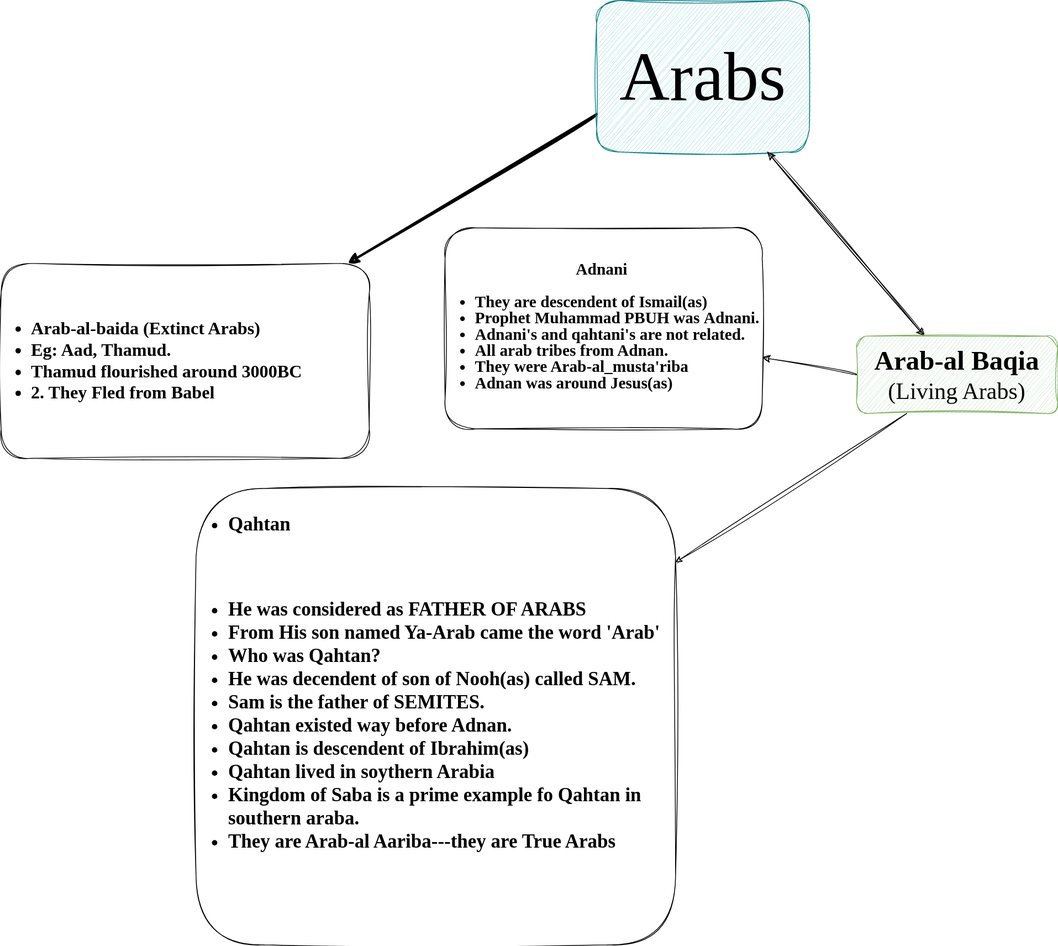
Hamisoptimistic/Hamisoptimistic keeps this draw.io diagram as Untitled Diagram.drawio.svg. Above is the earlier version. Source tidied: cells renumbered, new cells last; positions are measured from the earlier drawing's top-left corner, leaving out a move shared by most shapes.
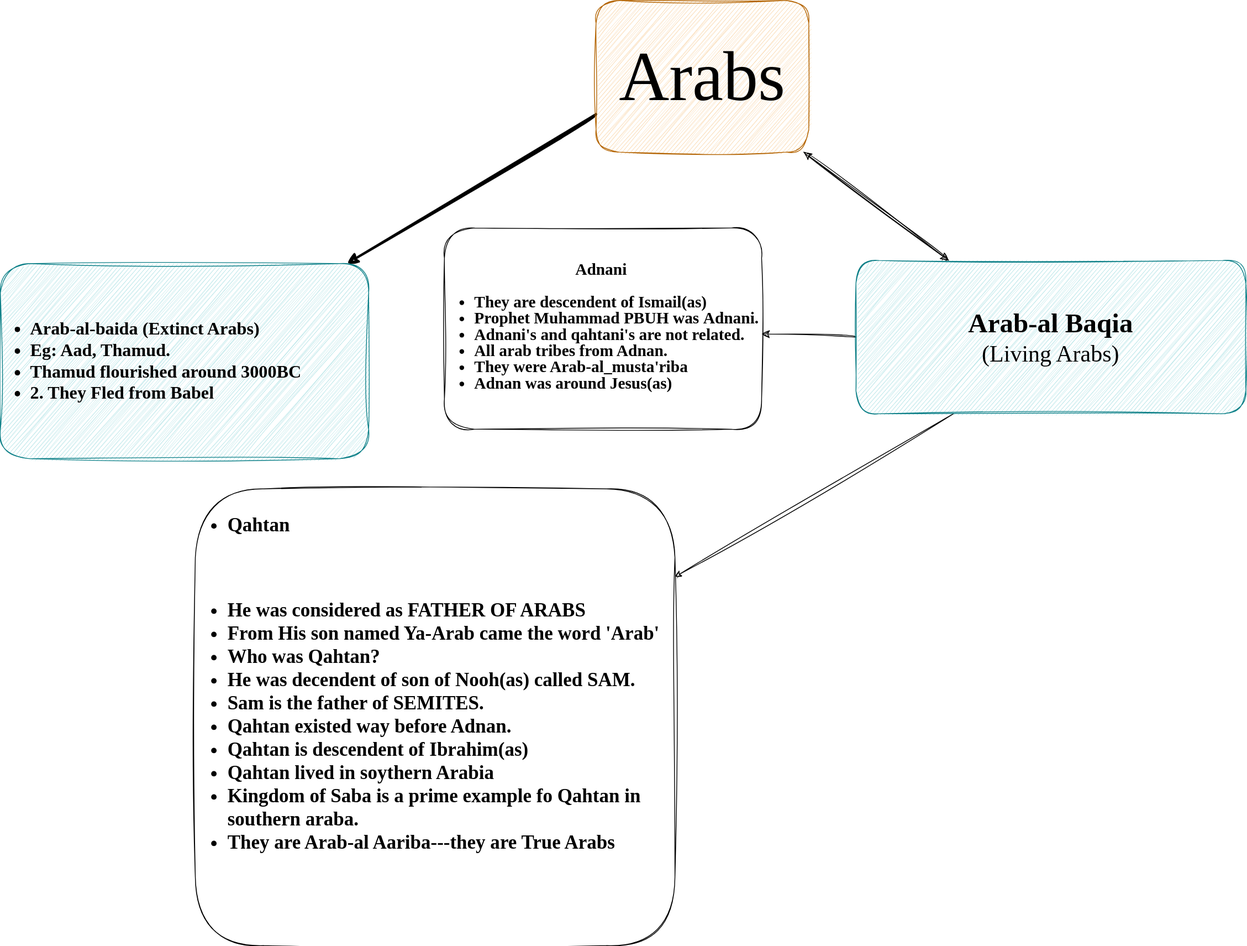
The same diagram one commit later.

What changed in the source:
```diff
@@ -8,7 +8,7 @@
     <mxCell id="3" style="edgeStyle=none;shape=connector;curved=1;rounded=0;sketch=1;jiggle=2;curveFitting=1;jettySize=auto;html=1;exitX=0;exitY=0.75;exitDx=0;exitDy=0;labelBackgroundColor=default;strokeColor=default;strokeWidth=3;align=center;verticalAlign=middle;fontFamily=Helvetica;fontSize=12;fontColor=default;endArrow=classic;startSize=8;endSize=8;" parent="1" edge="1" source="4" target="10">
       <mxGeometry relative="1" as="geometry" />
     </mxCell>
-    <mxCell id="4" value="&lt;font style=&quot;font-size: 90px;&quot; face=&quot;Architects Daughter&quot;&gt;Arabs&lt;/font&gt;" style="rounded=1;whiteSpace=wrap;fontSize=21;fontFamily=Verdana;labelBorderColor=none;html=1;labelBackgroundColor=none;spacing=-1;sketch=1;curveFitting=1;jiggle=2;fillColor=#b0e3e6;strokeColor=#0e8088;" parent="1" vertex="1">
+    <mxCell id="4" value="&lt;font style=&quot;font-size: 90px;&quot; face=&quot;Architects Daughter&quot;&gt;Arabs&lt;/font&gt;" style="rounded=1;whiteSpace=wrap;fontSize=21;fontFamily=Verdana;labelBorderColor=none;html=1;labelBackgroundColor=none;spacing=-1;sketch=1;curveFitting=1;jiggle=2;fillColor=#fad7ac;strokeColor=#b46504;" parent="1" vertex="1">
       <mxGeometry x="770" width="275" height="196" as="geometry" />
     </mxCell>
     <mxCell id="5" style="edgeStyle=none;curved=1;rounded=1;hachureGap=4;jettySize=auto;html=1;fontFamily=Architects Daughter;fontSource=https%3A%2F%2Ffonts.googleapis.com%2Fcss%3Ffamily%3DArchitects%2BDaughter;fontSize=21;startSize=8;endSize=8;spacing=-1;labelBackgroundColor=none;fontColor=default;verticalAlign=bottom;sketch=1;curveFitting=1;jiggle=2;" parent="1" edge="1" source="8" target="4">
@@ -20,13 +20,13 @@
     <mxCell id="7" style="edgeStyle=none;rounded=1;hachureGap=4;jettySize=auto;html=1;exitX=0.25;exitY=1;exitDx=0;exitDy=0;fontFamily=Architects Daughter;fontSource=https%3A%2F%2Ffonts.googleapis.com%2Fcss%3Ffamily%3DArchitects%2BDaughter;fontSize=16;sketch=1;curveFitting=1;jiggle=2;" parent="1" edge="1" source="8" target="11">
       <mxGeometry relative="1" as="geometry" />
     </mxCell>
-    <mxCell id="8" value="&lt;b style=&quot;font-size: 35px;&quot;&gt;Arab-al Baqia&lt;br style=&quot;&quot;&gt;&lt;/b&gt;(Living Arabs)" style="rounded=1;whiteSpace=wrap;html=1;hachureGap=4;fontFamily=Architects Daughter;fontSource=https%3A%2F%2Ffonts.googleapis.com%2Fcss%3Ffamily%3DArchitects%2BDaughter;fontSize=30;spacing=-1;labelBackgroundColor=none;sketch=1;curveFitting=1;jiggle=2;fillColor=#d5e8d4;strokeColor=#82b366;" parent="1" vertex="1">
-      <mxGeometry x="1106" y="434" width="260" height="100" as="geometry" />
+    <mxCell id="8" value="&lt;b style=&quot;font-size: 35px;&quot;&gt;Arab-al Baqia&lt;br style=&quot;&quot;&gt;&lt;/b&gt;(Living Arabs)" style="rounded=1;whiteSpace=wrap;html=1;hachureGap=4;fontFamily=Architects Daughter;fontSource=https%3A%2F%2Ffonts.googleapis.com%2Fcss%3Ffamily%3DArchitects%2BDaughter;fontSize=30;spacing=-1;labelBackgroundColor=none;sketch=1;curveFitting=1;jiggle=2;fillColor=#b0e3e6;strokeColor=#0e8088;" parent="1" vertex="1">
+      <mxGeometry x="1106" y="336" width="504" height="198" as="geometry" />
     </mxCell>
     <mxCell id="9" value="&lt;h1 style=&quot;text-align: center; line-height: 100%; font-size: 21px;&quot;&gt;&lt;font face=&quot;Architects Daughter&quot; style=&quot;font-size: 21px;&quot;&gt;&lt;b style=&quot;&quot;&gt;Adnani&lt;/b&gt;&lt;/font&gt;&lt;/h1&gt;&lt;font face=&quot;Architects Daughter&quot; style=&quot;font-size: 21px;&quot;&gt;&lt;div style=&quot;line-height: 100%;&quot;&gt;&lt;ul style=&quot;line-height: 100%;&quot;&gt;&lt;li style=&quot;&quot;&gt;&lt;b style=&quot;font-family: &amp;quot;Architects Daughter&amp;quot;; background-color: initial;&quot;&gt;They are descendent of Ismail(as)&lt;/b&gt;&lt;/li&gt;&lt;li style=&quot;&quot;&gt;&lt;b style=&quot;&quot;&gt;Prophet Muhammad PBUH was&amp;nbsp;&lt;/b&gt;&lt;b style=&quot;background-color: initial;&quot;&gt;Adnani.&lt;/b&gt;&lt;/li&gt;&lt;li style=&quot;&quot;&gt;&lt;b style=&quot;&quot;&gt;Adnani's and qahtani's are not related.&lt;/b&gt;&lt;/li&gt;&lt;li style=&quot;&quot;&gt;&lt;b style=&quot;&quot;&gt;All arab tribes from Adnan.&lt;/b&gt;&lt;/li&gt;&lt;li style=&quot;&quot;&gt;&lt;b style=&quot;&quot;&gt;They were Arab-al_musta'riba&lt;/b&gt;&lt;/li&gt;&lt;li style=&quot;&quot;&gt;&lt;b style=&quot;&quot;&gt;Adnan was around Jesus(as)&lt;/b&gt;&lt;/li&gt;&lt;/ul&gt;&lt;/div&gt;&lt;/font&gt;" style="rounded=1;html=1;hachureGap=4;align=left;textDirection=ltr;fontSize=41;spacing=-1;labelBackgroundColor=none;sketch=1;curveFitting=1;jiggle=2;" parent="1" vertex="1">
       <mxGeometry x="574" y="294" width="410" height="260" as="geometry" />
     </mxCell>
-    <mxCell id="10" value="&lt;div style=&quot;&quot;&gt;&lt;ul&gt;&lt;li&gt;&lt;b&gt;Arab-al-baida (Extinct Arabs)&lt;/b&gt;&lt;/li&gt;&lt;li&gt;&lt;b style=&quot;background-color: initial;&quot;&gt;Eg: Aad, Thamud.&lt;/b&gt;&lt;/li&gt;&lt;li&gt;&lt;b&gt;Thamud flourished around 3000BC&amp;nbsp;&lt;/b&gt;&lt;/li&gt;&lt;li&gt;&lt;b&gt;2. They Fled from Babel&lt;/b&gt;&lt;/li&gt;&lt;/ul&gt;&lt;/div&gt;" style="rounded=1;whiteSpace=wrap;html=1;hachureGap=4;fontFamily=Architects Daughter;fontSource=https%3A%2F%2Ffonts.googleapis.com%2Fcss%3Ffamily%3DArchitects%2BDaughter;fontSize=23;spacing=-1;labelBackgroundColor=none;align=left;sketch=1;curveFitting=1;jiggle=2;" parent="1" vertex="1">
+    <mxCell id="10" value="&lt;div style=&quot;&quot;&gt;&lt;ul&gt;&lt;li&gt;&lt;b&gt;Arab-al-baida (Extinct Arabs)&lt;/b&gt;&lt;/li&gt;&lt;li&gt;&lt;b style=&quot;background-color: initial;&quot;&gt;Eg: Aad, Thamud.&lt;/b&gt;&lt;/li&gt;&lt;li&gt;&lt;b&gt;Thamud flourished around 3000BC&amp;nbsp;&lt;/b&gt;&lt;/li&gt;&lt;li&gt;&lt;b&gt;2. They Fled from Babel&lt;/b&gt;&lt;/li&gt;&lt;/ul&gt;&lt;/div&gt;" style="rounded=1;whiteSpace=wrap;html=1;hachureGap=4;fontFamily=Architects Daughter;fontSource=https%3A%2F%2Ffonts.googleapis.com%2Fcss%3Ffamily%3DArchitects%2BDaughter;fontSize=23;spacing=-1;labelBackgroundColor=none;align=left;sketch=1;curveFitting=1;jiggle=2;fillColor=#b0e3e6;strokeColor=#0e8088;" parent="1" vertex="1">
       <mxGeometry y="340" width="476" height="252" as="geometry" />
     </mxCell>
     <mxCell id="11" value="&lt;ul&gt;&lt;li&gt;&lt;b&gt;Qahtan&lt;/b&gt;&lt;/li&gt;&lt;/ul&gt;&lt;div&gt;&lt;b&gt;&lt;br&gt;&lt;/b&gt;&lt;/div&gt;&lt;ul&gt;&lt;li&gt;&lt;b style=&quot;&quot;&gt;He was considered as FATHER OF ARABS&lt;/b&gt;&lt;/li&gt;&lt;li&gt;&lt;b style=&quot;&quot;&gt;From His son named Ya-Arab came the word 'Arab'&lt;/b&gt;&lt;/li&gt;&lt;li&gt;&lt;b style=&quot;&quot;&gt;Who was Qahtan?&lt;/b&gt;&lt;/li&gt;&lt;li&gt;&lt;b style=&quot;&quot;&gt;He was decendent of son of Nooh(as) called SAM.&lt;/b&gt;&lt;/li&gt;&lt;li&gt;&lt;b style=&quot;&quot;&gt;Sam is the father of SEMITES.&lt;/b&gt;&lt;/li&gt;&lt;li&gt;&lt;b style=&quot;&quot;&gt;Qahtan existed way before Adnan.&lt;/b&gt;&lt;/li&gt;&lt;li&gt;&lt;b style=&quot;&quot;&gt;Qahtan is descendent of Ibrahim(as)&lt;/b&gt;&lt;/li&gt;&lt;li&gt;&lt;b style=&quot;&quot;&gt;Qahtan lived in soythern Arabia&lt;/b&gt;&lt;/li&gt;&lt;li&gt;&lt;b style=&quot;&quot;&gt;Kingdom of Saba is a prime example fo Qahtan in southern araba.&lt;/b&gt;&lt;/li&gt;&lt;li&gt;&lt;b style=&quot;&quot;&gt;They are Arab-al Aariba---they are True Arabs&lt;/b&gt;&lt;/li&gt;&lt;/ul&gt;" style="rounded=1;whiteSpace=wrap;html=1;hachureGap=4;fontFamily=Architects Daughter;fontSource=https%3A%2F%2Ffonts.googleapis.com%2Fcss%3Ffamily%3DArchitects%2BDaughter;fontSize=25;gradientColor=none;align=left;verticalAlign=top;textDirection=ltr;labelBorderColor=none;labelBackgroundColor=none;sketch=1;curveFitting=1;jiggle=2;" parent="1" vertex="1">
```
